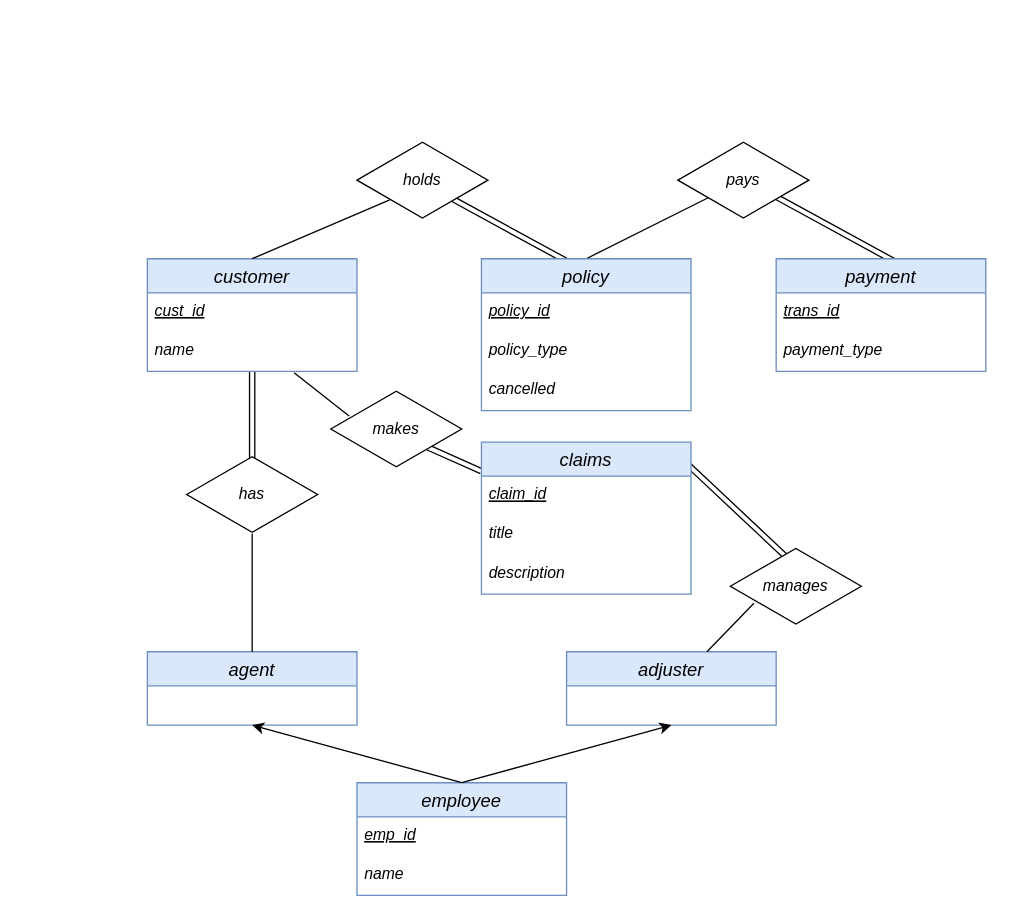
ema323-lehigh/county-garden keeps this draw.io diagram as ER_Diagram/DrawIO/Asadoorian_ERD.drawio. Above is the earlier version. Source tidied: cells renumbered, new cells numbered last; positions are measured from the earlier drawing's top-left corner, leaving out a move shared by most shapes. Both pictures are drawn from the tidied source at 131%, with x=0, y=0 at pixel (147, 140).
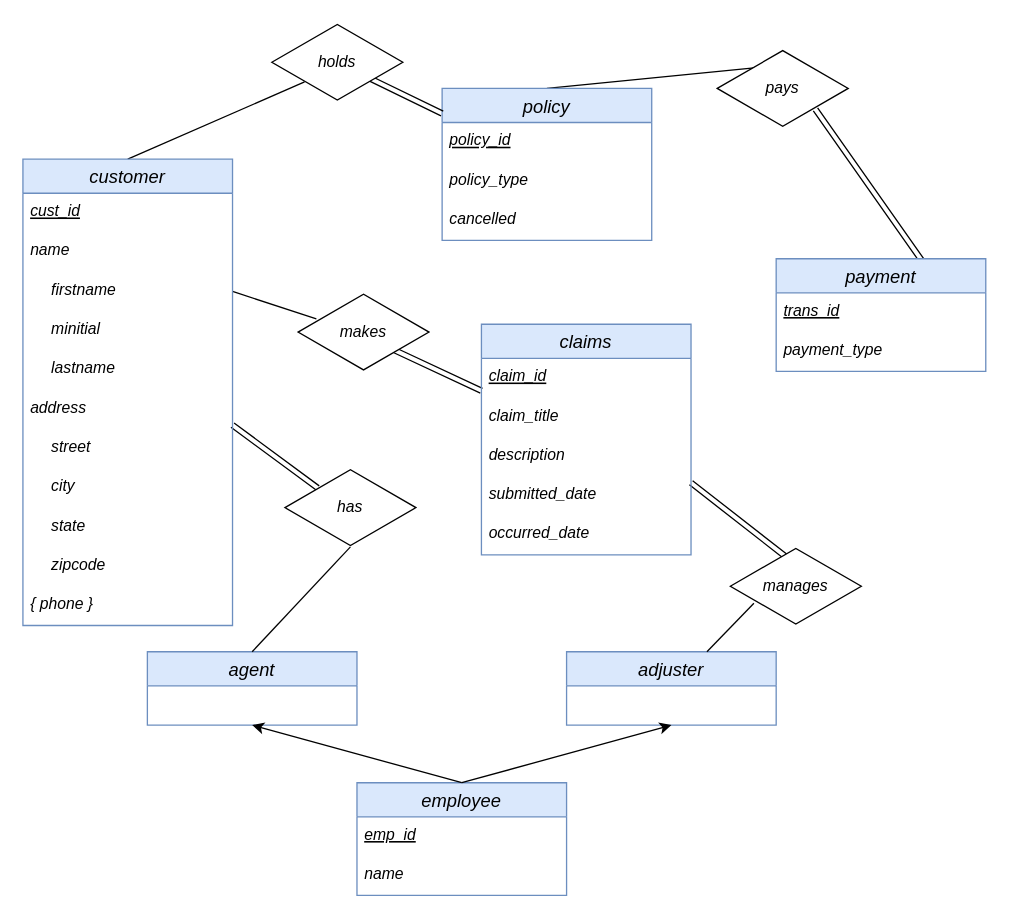
After the change.

Commit message:
Add some more various attributes

Unchanged cells that the change refers to:
```xml
<mxCell id="24" value="payment" style="swimlane;fontStyle=2;horizontal=1;startSize=26;align=center;fontSize=14;fillColor=#dae8fc;strokeColor=#6c8ebf;" parent="1" vertex="1">
  <mxGeometry x="480" y="90" width="160" height="86" as="geometry" />
</mxCell>
<mxCell id="36" value="&lt;i&gt;manages&lt;/i&gt;" style="html=1;whiteSpace=wrap;shape=isoRectangle;" parent="1" vertex="1">
  <mxGeometry x="445" y="310" width="100" height="60" as="geometry" />
</mxCell>
```

What changed in the source:
```diff
@@
-    <mxCell id="2" style="shape=link;html=1;" parent="1" edge="1">
-      <mxGeometry relative="1" as="geometry">
-        <mxPoint x="80" y="176" as="sourcePoint" />
-        <mxPoint x="80" y="290" as="targetPoint" />
-      </mxGeometry>
+    <mxCell id="2" style="shape=link;html=1;entryX=0.25;entryY=0.25;entryDx=0;entryDy=0;entryPerimeter=0;exitX=1;exitY=-0.1;exitDx=0;exitDy=0;exitPerimeter=0;" parent="1" edge="1" source="44" target="16">
+      <mxGeometry relative="1" as="geometry" />
     </mxCell>
-    <mxCell id="3" style="shape=link;html=1;entryX=0.781;entryY=0.244;entryDx=0;entryDy=0;entryPerimeter=0;" parent="1" edge="1" target="24">
-      <mxGeometry relative="1" as="geometry">
-        <mxPoint x="475" y="40" as="sourcePoint" />
-      </mxGeometry>
+    <mxCell id="3" style="shape=link;html=1;entryX=0.781;entryY=0.244;entryDx=0;entryDy=0;entryPerimeter=0;exitX=0.75;exitY=0.767;exitDx=0;exitDy=0;exitPerimeter=0;" parent="1" edge="1" source="28" target="24">
+      <mxGeometry relative="1" as="geometry" />
     </mxCell>
-    <mxCell id="4" style="endArrow=none;html=1;exitX=0.5;exitY=0;exitDx=0;exitDy=0;" parent="1" edge="1" source="20">
-      <mxGeometry relative="1" as="geometry">
-        <mxPoint x="435" y="40" as="targetPoint" />
-      </mxGeometry>
+    <mxCell id="4" style="endArrow=none;html=1;exitX=0.5;exitY=0;exitDx=0;exitDy=0;entryX=0.32;entryY=0.233;entryDx=0;entryDy=0;entryPerimeter=0;" parent="1" edge="1" source="20" target="28">
+      <mxGeometry relative="1" as="geometry" />
     </mxCell>
-    <mxCell id="5" style="shape=link;html=1;entryX=0.43;entryY=0.133;entryDx=0;entryDy=0;entryPerimeter=0;" parent="1" edge="1" target="36">
-      <mxGeometry relative="1" as="geometry">
-        <mxPoint x="405" y="240" as="sourcePoint" />
-      </mxGeometry>
+    <mxCell id="5" style="shape=link;html=1;entryX=0.43;entryY=0.133;entryDx=0;entryDy=0;entryPerimeter=0;exitX=1;exitY=0.167;exitDx=0;exitDy=0;exitPerimeter=0;" parent="1" edge="1" source="38" target="36">
+      <mxGeometry relative="1" as="geometry" />
     </mxCell>
@@
-    <mxCell id="7" style="shape=link;html=1;" parent="1" edge="1">
-      <mxGeometry relative="1" as="geometry">
-        <mxPoint x="225" y="40" as="sourcePoint" />
-        <mxPoint x="335" y="100" as="targetPoint" />
-      </mxGeometry>
-    </mxCell>
-    <mxCell id="8" value="customer" style="swimlane;fontStyle=2;horizontal=1;startSize=26;align=center;fontSize=14;fillColor=#dae8fc;strokeColor=#6c8ebf;" parent="1" vertex="1">
-      <mxGeometry y="90" width="160" height="86" as="geometry" />
-    </mxCell>
-    <mxCell id="9" value="cust_id" style="text;strokeColor=none;fillColor=none;spacingLeft=4;spacingRight=4;overflow=hidden;fontSize=12;fontStyle=6;" parent="8" vertex="1">
-      <mxGeometry y="26" width="160" height="30" as="geometry" />
-    </mxCell>
-    <mxCell id="10" value="name&#10;" style="text;strokeColor=none;fillColor=none;spacingLeft=4;spacingRight=4;overflow=hidden;points=[[0,0.5],[1,0.5]];portConstraint=eastwest;fontSize=12;fontStyle=2;" parent="8" vertex="1">
-      <mxGeometry y="56" width="160" height="30" as="geometry" />
-    </mxCell>
@@
     <mxCell id="16" value="&lt;i&gt;has&lt;/i&gt;" style="html=1;whiteSpace=wrap;shape=isoRectangle;" parent="1" vertex="1">
-      <mxGeometry x="30" y="240" width="100" height="60" as="geometry" />
+      <mxGeometry x="105" y="250" width="100" height="60" as="geometry" />
     </mxCell>
@@
     <mxCell id="20" value="policy" style="swimlane;fontStyle=2;horizontal=1;startSize=26;align=center;fontSize=14;fillColor=#dae8fc;strokeColor=#6c8ebf;" parent="1" vertex="1">
-      <mxGeometry x="255" y="90" width="160" height="116" as="geometry" />
+      <mxGeometry x="225" y="-40" width="160" height="116" as="geometry" />
     </mxCell>
+    <mxCell id="7" style="shape=link;html=1;" parent="20" edge="1" target="20">
+      <mxGeometry relative="1" as="geometry">
+        <mxPoint x="-60" y="-10" as="sourcePoint" />
+      </mxGeometry>
+    </mxCell>
@@
     <mxCell id="27" value="&lt;i&gt;holds&lt;/i&gt;" style="html=1;whiteSpace=wrap;shape=isoRectangle;" parent="1" vertex="1">
-      <mxGeometry x="160" width="100" height="60" as="geometry" />
+      <mxGeometry x="95" y="-90" width="100" height="60" as="geometry" />
     </mxCell>
     <mxCell id="28" value="&lt;i&gt;pays&lt;/i&gt;" style="html=1;whiteSpace=wrap;shape=isoRectangle;" parent="1" vertex="1">
-      <mxGeometry x="405" width="100" height="60" as="geometry" />
+      <mxGeometry x="435" y="-70" width="100" height="60" as="geometry" />
     </mxCell>
     <mxCell id="29" value="claims" style="swimlane;fontStyle=2;horizontal=1;startSize=26;align=center;fontSize=14;fillColor=#dae8fc;strokeColor=#6c8ebf;" parent="1" vertex="1">
-      <mxGeometry x="255" y="230" width="160" height="116" as="geometry" />
+      <mxGeometry x="255" y="140" width="160" height="176" as="geometry" />
     </mxCell>
@@
-    <mxCell id="31" value="title" style="text;strokeColor=none;fillColor=none;spacingLeft=4;spacingRight=4;overflow=hidden;fontSize=12;fontStyle=2;" parent="29" vertex="1">
+    <mxCell id="31" value="claim_title" style="text;strokeColor=none;fillColor=none;spacingLeft=4;spacingRight=4;overflow=hidden;fontSize=12;fontStyle=2;" parent="29" vertex="1">
       <mxGeometry y="56" width="160" height="30" as="geometry" />
     </mxCell>
@@
+    <mxCell id="38" value="submitted_date" style="text;strokeColor=none;fillColor=none;spacingLeft=4;spacingRight=4;overflow=hidden;points=[[0,0.5],[1,0.5]];portConstraint=eastwest;fontSize=12;fontStyle=2;" parent="29" vertex="1">
+      <mxGeometry y="116" width="160" height="30" as="geometry" />
+    </mxCell>
+    <mxCell id="39" value="occurred_date" style="text;strokeColor=none;fillColor=none;spacingLeft=4;spacingRight=4;overflow=hidden;fontSize=12;fontStyle=2;" parent="29" vertex="1">
+      <mxGeometry y="146" width="160" height="30" as="geometry" />
+    </mxCell>
     <mxCell id="33" value="&lt;i&gt;makes&lt;/i&gt;" style="html=1;whiteSpace=wrap;shape=isoRectangle;" parent="1" vertex="1">
-      <mxGeometry x="140" y="190" width="100" height="60" as="geometry" />
+      <mxGeometry x="115" y="116" width="100" height="60" as="geometry" />
     </mxCell>
-    <mxCell id="34" style="endArrow=none;html=1;exitX=0.14;exitY=0.333;exitDx=0;exitDy=0;exitPerimeter=0;entryX=0.7;entryY=1.033;entryDx=0;entryDy=0;entryPerimeter=0;" parent="1" edge="1" source="33" target="10">
+    <mxCell id="34" style="endArrow=none;html=1;exitX=0.14;exitY=0.333;exitDx=0;exitDy=0;exitPerimeter=0;entryX=1;entryY=0.5;entryDx=0;entryDy=0;" parent="1" edge="1" source="33" target="40">
       <mxGeometry relative="1" as="geometry" />
     </mxCell>
@@
+    <mxCell id="8" value="customer" style="swimlane;fontStyle=2;horizontal=1;startSize=26;align=center;fontSize=14;fillColor=#dae8fc;strokeColor=#6c8ebf;" parent="1" vertex="1">
+      <mxGeometry x="-95" y="14" width="160" height="356" as="geometry" />
+    </mxCell>
+    <mxCell id="9" value="cust_id" style="text;strokeColor=none;fillColor=none;spacingLeft=4;spacingRight=4;overflow=hidden;fontSize=12;fontStyle=6;" parent="8" vertex="1">
+      <mxGeometry y="26" width="160" height="30" as="geometry" />
+    </mxCell>
+    <mxCell id="10" value="name&#10;" style="text;strokeColor=none;fillColor=none;spacingLeft=4;spacingRight=4;overflow=hidden;points=[[0,0.5],[1,0.5]];portConstraint=eastwest;fontSize=12;fontStyle=2;" parent="8" vertex="1">
+      <mxGeometry y="56" width="160" height="30" as="geometry" />
+    </mxCell>
+    <mxCell id="40" value="firstname" style="text;strokeColor=none;fillColor=none;spacingLeft=20;spacingRight=4;overflow=hidden;points=[[0,0.5],[1,0.5]];portConstraint=eastwest;fontSize=12;fontStyle=2;align=left;" parent="8" vertex="1">
+      <mxGeometry y="86" width="160" height="30" as="geometry" />
+    </mxCell>
+    <mxCell id="41" value="minitial" style="text;strokeColor=none;fillColor=none;spacingLeft=20;spacingRight=4;overflow=hidden;fontSize=12;fontStyle=2;" parent="8" vertex="1">
+      <mxGeometry y="116" width="160" height="30" as="geometry" />
+    </mxCell>
+    <mxCell id="42" value="lastname" style="text;strokeColor=none;fillColor=none;spacingLeft=20;spacingRight=4;overflow=hidden;fontSize=12;fontStyle=2;align=left;" parent="8" vertex="1">
+      <mxGeometry y="146" width="160" height="30" as="geometry" />
+    </mxCell>
+    <mxCell id="43" value="address" style="text;strokeColor=none;fillColor=none;spacingLeft=4;spacingRight=4;overflow=hidden;fontSize=12;fontStyle=2;align=left;" parent="8" vertex="1">
+      <mxGeometry y="176" width="160" height="30" as="geometry" />
+    </mxCell>
+    <mxCell id="44" value="street" style="text;strokeColor=none;fillColor=none;spacingLeft=20;spacingRight=4;overflow=hidden;points=[[0,0.5],[1,0.5]];portConstraint=eastwest;fontSize=12;fontStyle=2;align=left;" parent="8" vertex="1">
+      <mxGeometry y="206" width="160" height="30" as="geometry" />
+    </mxCell>
+    <mxCell id="45" value="city" style="text;strokeColor=none;fillColor=none;spacingLeft=20;spacingRight=4;overflow=hidden;fontSize=12;fontStyle=2;align=left;" parent="8" vertex="1">
+      <mxGeometry y="236" width="160" height="30" as="geometry" />
+    </mxCell>
+    <mxCell id="46" value="state" style="text;strokeColor=none;fillColor=none;spacingLeft=20;spacingRight=4;overflow=hidden;fontSize=12;fontStyle=2;" parent="8" vertex="1">
+      <mxGeometry y="266" width="160" height="30" as="geometry" />
+    </mxCell>
+    <mxCell id="47" value="zipcode" style="text;strokeColor=none;fillColor=none;spacingLeft=20;spacingRight=4;overflow=hidden;fontSize=12;fontStyle=2;" parent="8" vertex="1">
+      <mxGeometry y="296" width="160" height="30" as="geometry" />
+    </mxCell>
+    <mxCell id="48" value="{ phone }" style="text;strokeColor=none;fillColor=none;spacingLeft=4;spacingRight=4;overflow=hidden;fontSize=12;fontStyle=2;" parent="8" vertex="1">
+      <mxGeometry y="326" width="160" height="30" as="geometry" />
+    </mxCell>
```
